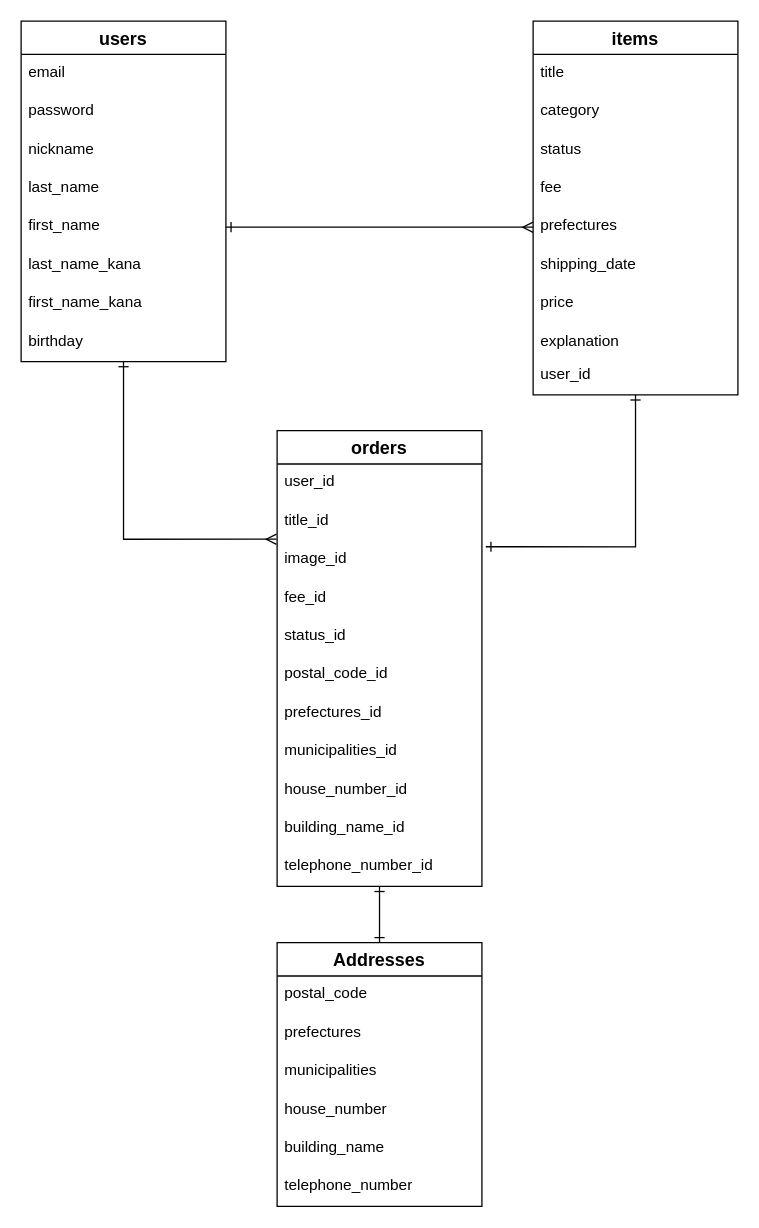
Earlier version of the draw.io diagram ER.dio (soetakara/furima-36189). Source tidied: cells renumbered, new cells numbered last; positions are measured from the earlier drawing's top-left corner, leaving out a move shared by most shapes. Both pictures are drawn from the tidied source at 128%, with x=0, y=0 at pixel (20, 20).
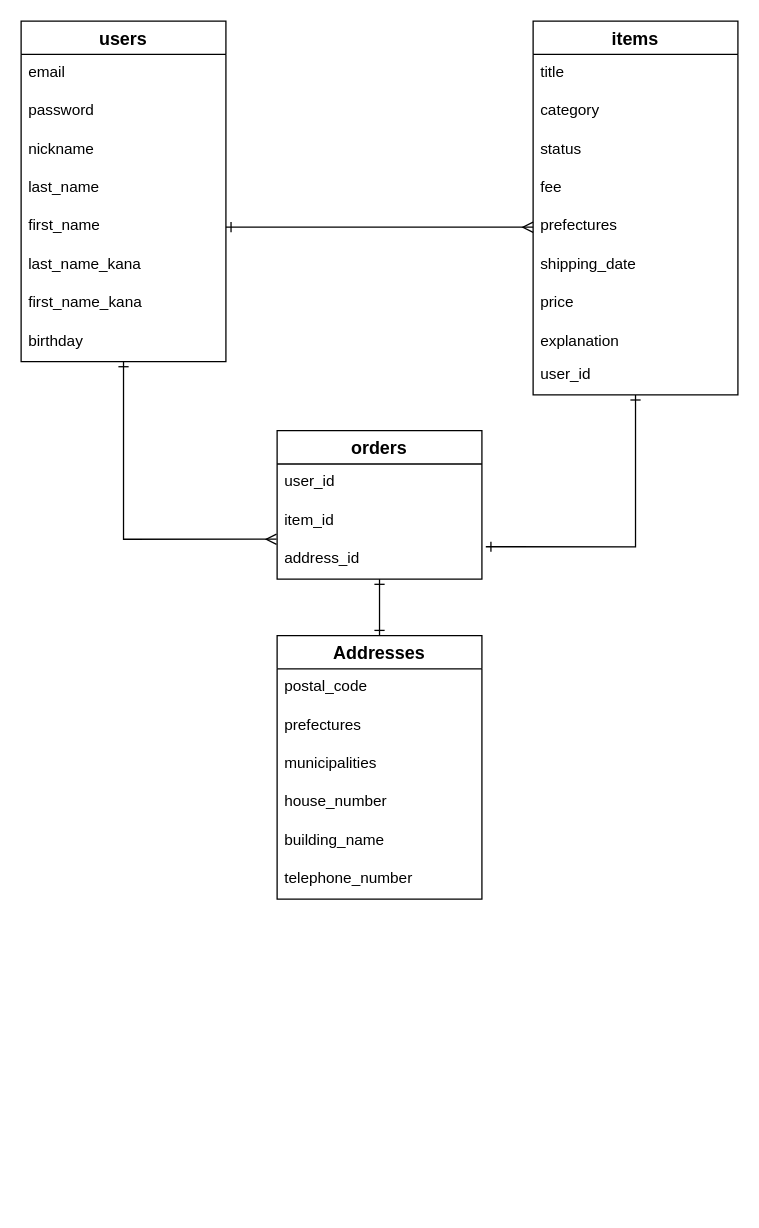
After the change.

Commit message (it also covers changes not shown here):
orderテーブルの修正

Change to the diagram source:
```diff
@@
     <mxCell id="24" value="orders" style="swimlane;fontStyle=1;horizontal=1;startSize=26;align=center;fontSize=14;" parent="1" vertex="1">
-      <mxGeometry x="200" y="320" width="160" height="356" as="geometry" />
+      <mxGeometry x="200" y="320" width="160" height="116" as="geometry" />
     </mxCell>
@@
-    <mxCell id="26" value="title_id" style="text;strokeColor=none;fillColor=none;spacingLeft=4;spacingRight=4;overflow=hidden;fontSize=12;" parent="24" vertex="1">
+    <mxCell id="26" value="item_id" style="text;strokeColor=none;fillColor=none;spacingLeft=4;spacingRight=4;overflow=hidden;fontSize=12;" parent="24" vertex="1">
       <mxGeometry y="56" width="160" height="30" as="geometry" />
     </mxCell>
-    <mxCell id="27" value="image_id" style="text;strokeColor=none;fillColor=none;spacingLeft=4;spacingRight=4;overflow=hidden;points=[[0,0.5],[1,0.5]];portConstraint=eastwest;fontSize=12;" parent="24" vertex="1">
+    <mxCell id="27" value="address_id" style="text;strokeColor=none;fillColor=none;spacingLeft=4;spacingRight=4;overflow=hidden;points=[[0,0.5],[1,0.5]];portConstraint=eastwest;fontSize=12;" parent="24" vertex="1">
       <mxGeometry y="86" width="160" height="30" as="geometry" />
     </mxCell>
-    <mxCell id="28" value="fee_id" style="text;strokeColor=none;fillColor=none;spacingLeft=4;spacingRight=4;overflow=hidden;fontSize=12;" parent="24" vertex="1">
-      <mxGeometry y="116" width="160" height="30" as="geometry" />
-    </mxCell>
-    <mxCell id="29" value="status_id" style="text;strokeColor=none;fillColor=none;spacingLeft=4;spacingRight=4;overflow=hidden;fontSize=12;" parent="24" vertex="1">
-      <mxGeometry y="146" width="160" height="30" as="geometry" />
-    </mxCell>
-    <mxCell id="30" value="postal_code_id" style="text;strokeColor=none;fillColor=none;spacingLeft=4;spacingRight=4;overflow=hidden;fontSize=12;" parent="24" vertex="1">
-      <mxGeometry y="176" width="160" height="30" as="geometry" />
-    </mxCell>
-    <mxCell id="31" value="prefectures_id" style="text;strokeColor=none;fillColor=none;spacingLeft=4;spacingRight=4;overflow=hidden;fontSize=12;" parent="24" vertex="1">
-      <mxGeometry y="206" width="160" height="30" as="geometry" />
-    </mxCell>
-    <mxCell id="32" value="municipalities_id" style="text;strokeColor=none;fillColor=none;spacingLeft=4;spacingRight=4;overflow=hidden;fontSize=12;" parent="24" vertex="1">
-      <mxGeometry y="236" width="160" height="30" as="geometry" />
-    </mxCell>
-    <mxCell id="33" value="house_number_id" style="text;strokeColor=none;fillColor=none;spacingLeft=4;spacingRight=4;overflow=hidden;fontSize=12;" parent="24" vertex="1">
-      <mxGeometry y="266" width="160" height="30" as="geometry" />
-    </mxCell>
-    <mxCell id="34" value="building_name_id" style="text;strokeColor=none;fillColor=none;spacingLeft=4;spacingRight=4;overflow=hidden;fontSize=12;" parent="24" vertex="1">
-      <mxGeometry y="296" width="160" height="30" as="geometry" />
-    </mxCell>
-    <mxCell id="35" value="telephone_number_id" style="text;strokeColor=none;fillColor=none;spacingLeft=4;spacingRight=4;overflow=hidden;fontSize=12;" parent="24" vertex="1">
-      <mxGeometry y="326" width="160" height="30" as="geometry" />
-    </mxCell>
@@
     <mxCell id="37" value="Addresses" style="swimlane;fontStyle=1;horizontal=1;startSize=26;align=center;fontSize=14;" parent="1" vertex="1">
-      <mxGeometry x="200" y="720" width="160" height="206" as="geometry" />
+      <mxGeometry x="200" y="480" width="160" height="206" as="geometry" />
     </mxCell>
```
